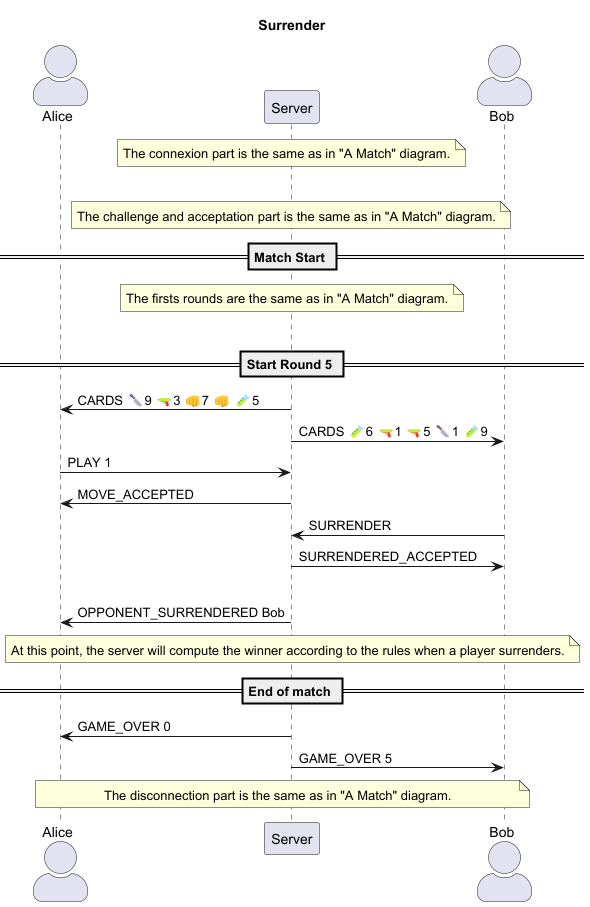
This is Documents/protocol_digrams/card-jitSUS-surrender.png from Ischi-Leyre/dai-pw2-card-jitSUS, a PlantUML export, as it was before one commit.
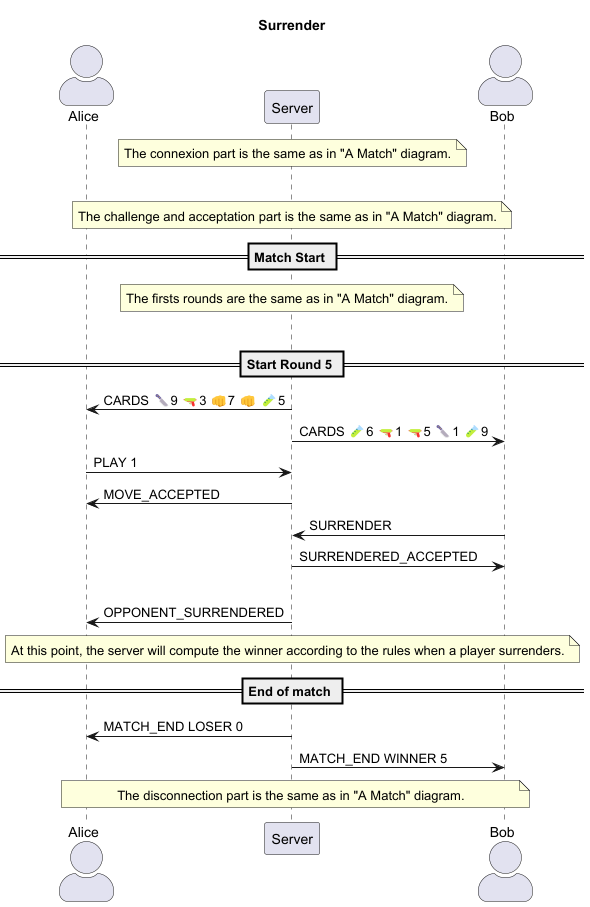
Later version of the same file.

Diff of the diagram source:
```diff
@@ -33,15 +33,15 @@
 s -> c2 : SURRENDERED_ACCEPTED
 |||
 
-s -> c1 : OPPONENT_SURRENDERED Bob
+s -> c1 : OPPONENT_SURRENDERED
 
 note over s
     At this point, the server will compute the winner according to the rules when a player surrenders.
 endnote
 
 == End of match ==
-s -> c1 : GAME_OVER 0
-s -> c2 : GAME_OVER 5
+s -> c1 : MATCH_END LOSER 0
+s -> c2 : MATCH_END WINNER 5
 
 note over c1, c2
 The disconnection part is the same as in "A Match" diagram.
```
